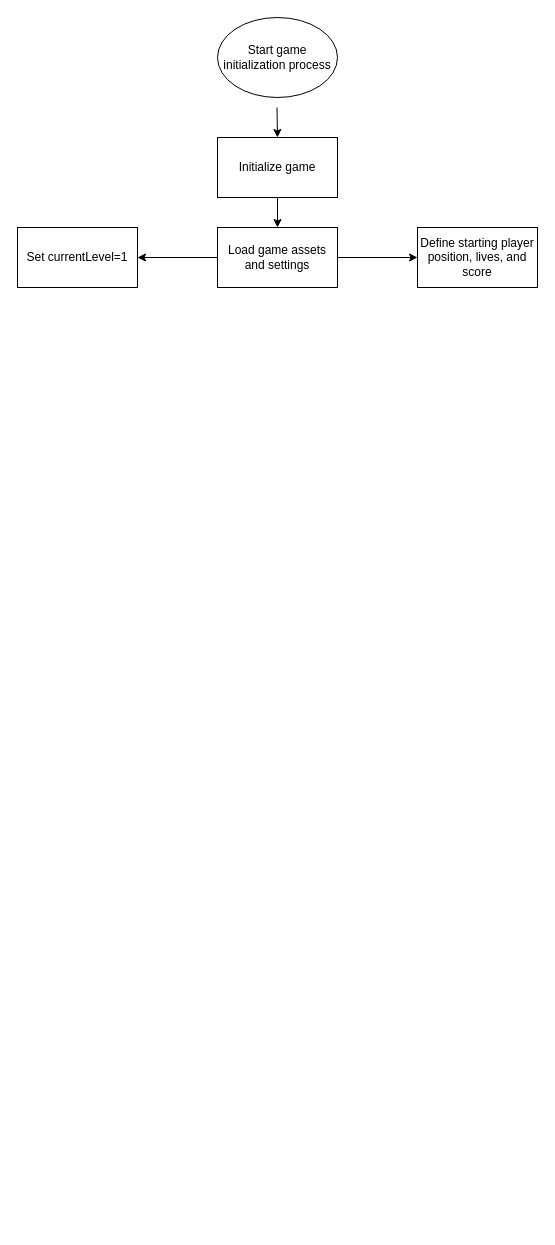
The draw.io diagram Untitled Diagram.drawio in lackitu/frog-of-war, before the edit. Source tidied: cells renumbered, new cells numbered last; positions are measured from the earlier drawing's top-left corner, leaving out a move shared by most shapes. Both pictures are drawn from the tidied source at 100%, with x=0, y=0 at pixel (17, 17).
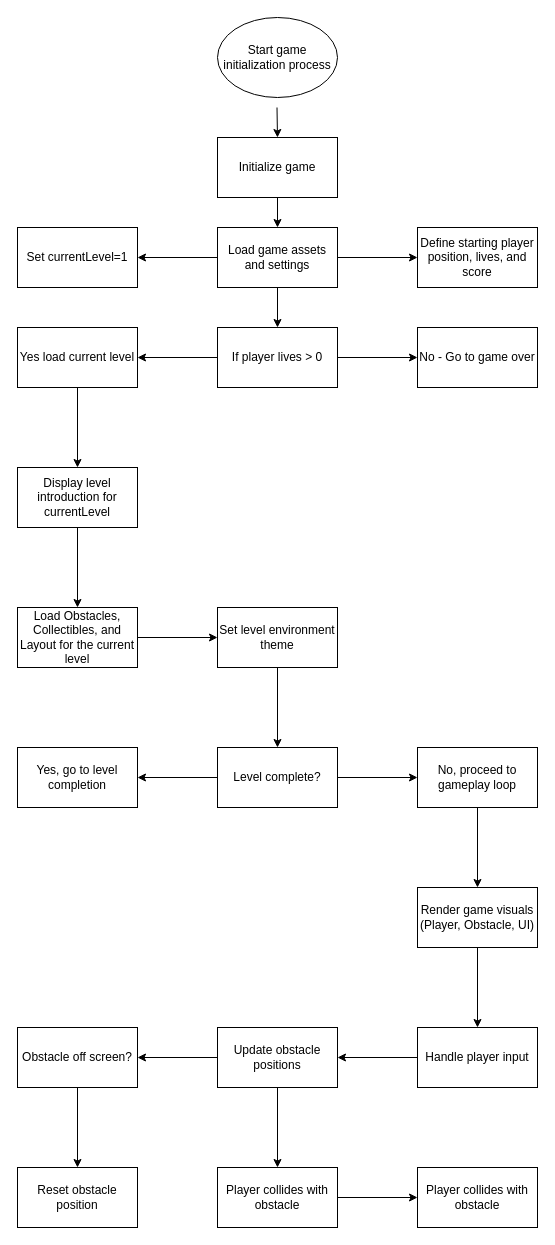
The same page after the edit.

The change refers to these unchanged cells:
```xml
<mxCell id="8" value="Load game assets and settings" style="rounded=0;whiteSpace=wrap;html=1;" parent="1" vertex="1">
  <mxGeometry x="200" y="210" width="120" height="60" as="geometry" />
</mxCell>
```

Diff of the diagram source:
```diff
@@
+    <mxCell id="11" style="edgeStyle=orthogonalEdgeStyle;rounded=0;jettySize=auto;html=1;" parent="1" edge="1" source="8" target="14">
+      <mxGeometry relative="1" as="geometry">
+        <Array as="points">
+          <mxPoint x="260" y="270" />
+          <mxPoint x="260" y="270" />
+        </Array>
+      </mxGeometry>
+    </mxCell>
@@
+    <mxCell id="12" style="edgeStyle=orthogonalEdgeStyle;rounded=0;jettySize=auto;html=1;" parent="1" edge="1" source="14" target="15">
+      <mxGeometry relative="1" as="geometry" />
+    </mxCell>
+    <mxCell id="13" style="edgeStyle=orthogonalEdgeStyle;rounded=0;jettySize=auto;html=1;" parent="1" edge="1" source="14" target="17">
+      <mxGeometry relative="1" as="geometry" />
+    </mxCell>
+    <mxCell id="14" value="If player lives &amp;gt; 0" style="rounded=0;whiteSpace=wrap;html=1;" parent="1" vertex="1">
+      <mxGeometry x="200" y="310" width="120" height="60" as="geometry" />
+    </mxCell>
+    <mxCell id="15" value="No - Go to game over " style="rounded=0;whiteSpace=wrap;html=1;" parent="1" vertex="1">
+      <mxGeometry x="400" y="310" width="120" height="60" as="geometry" />
+    </mxCell>
+    <mxCell id="16" style="edgeStyle=orthogonalEdgeStyle;rounded=0;jettySize=auto;html=1;" parent="1" edge="1" source="17" target="19">
+      <mxGeometry relative="1" as="geometry" />
+    </mxCell>
+    <mxCell id="17" value="Yes load current level" style="rounded=0;whiteSpace=wrap;html=1;" parent="1" vertex="1">
+      <mxGeometry y="310" width="120" height="60" as="geometry" />
+    </mxCell>
+    <mxCell id="18" style="edgeStyle=orthogonalEdgeStyle;rounded=0;jettySize=auto;html=1;" parent="1" edge="1" source="19" target="21">
+      <mxGeometry relative="1" as="geometry" />
+    </mxCell>
+    <mxCell id="19" value="Display level introduction for currentLevel" style="rounded=0;whiteSpace=wrap;html=1;" parent="1" vertex="1">
+      <mxGeometry y="450" width="120" height="60" as="geometry" />
+    </mxCell>
+    <mxCell id="20" style="edgeStyle=orthogonalEdgeStyle;rounded=0;jettySize=auto;html=1;" parent="1" edge="1" source="21" target="23">
+      <mxGeometry relative="1" as="geometry" />
+    </mxCell>
+    <mxCell id="21" value="Load Obstacles, Collectibles, and Layout for the current level" style="rounded=0;whiteSpace=wrap;html=1;" parent="1" vertex="1">
+      <mxGeometry y="590" width="120" height="60" as="geometry" />
+    </mxCell>
+    <mxCell id="22" style="edgeStyle=orthogonalEdgeStyle;rounded=0;jettySize=auto;html=1;" parent="1" edge="1" source="23" target="26">
+      <mxGeometry relative="1" as="geometry" />
+    </mxCell>
+    <mxCell id="23" value="Set level environment theme" style="rounded=0;whiteSpace=wrap;html=1;" parent="1" vertex="1">
+      <mxGeometry x="200" y="590" width="120" height="60" as="geometry" />
+    </mxCell>
+    <mxCell id="24" style="edgeStyle=orthogonalEdgeStyle;rounded=0;jettySize=auto;html=1;" parent="1" edge="1" source="26" target="28">
+      <mxGeometry relative="1" as="geometry" />
+    </mxCell>
+    <mxCell id="25" style="edgeStyle=orthogonalEdgeStyle;rounded=0;jettySize=auto;html=1;" parent="1" edge="1" source="26" target="29">
+      <mxGeometry relative="1" as="geometry" />
+    </mxCell>
+    <mxCell id="26" value="Level complete?" style="rounded=0;whiteSpace=wrap;html=1;" parent="1" vertex="1">
+      <mxGeometry x="200" y="730" width="120" height="60" as="geometry" />
+    </mxCell>
+    <mxCell id="27" style="edgeStyle=orthogonalEdgeStyle;rounded=0;jettySize=auto;html=1;" parent="1" edge="1" source="28" target="31">
+      <mxGeometry relative="1" as="geometry" />
+    </mxCell>
+    <mxCell id="28" value="No, proceed to gameplay loop" style="rounded=0;whiteSpace=wrap;html=1;" parent="1" vertex="1">
+      <mxGeometry x="400" y="730" width="120" height="60" as="geometry" />
+    </mxCell>
+    <mxCell id="29" value="Yes, go to level completion" style="rounded=0;whiteSpace=wrap;html=1;" parent="1" vertex="1">
+      <mxGeometry y="730" width="120" height="60" as="geometry" />
+    </mxCell>
+    <mxCell id="30" style="edgeStyle=orthogonalEdgeStyle;rounded=0;jettySize=auto;html=1;" parent="1" edge="1" source="31" target="33">
+      <mxGeometry relative="1" as="geometry" />
+    </mxCell>
+    <mxCell id="31" value="Render game visuals (Player, Obstacle, UI)" style="rounded=0;whiteSpace=wrap;html=1;" parent="1" vertex="1">
+      <mxGeometry x="400" y="870" width="120" height="60" as="geometry" />
+    </mxCell>
+    <mxCell id="32" style="edgeStyle=orthogonalEdgeStyle;rounded=0;jettySize=auto;html=1;" parent="1" edge="1" source="33" target="36">
+      <mxGeometry relative="1" as="geometry" />
+    </mxCell>
+    <mxCell id="33" value="Handle player input" style="rounded=0;whiteSpace=wrap;html=1;" parent="1" vertex="1">
+      <mxGeometry x="400" y="1010" width="120" height="60" as="geometry" />
+    </mxCell>
+    <mxCell id="34" style="edgeStyle=orthogonalEdgeStyle;rounded=0;jettySize=auto;html=1;" parent="1" edge="1" source="36" target="38">
+      <mxGeometry relative="1" as="geometry" />
+    </mxCell>
+    <mxCell id="35" style="edgeStyle=orthogonalEdgeStyle;rounded=0;jettySize=auto;html=1;" parent="1" edge="1" source="36" target="41">
+      <mxGeometry relative="1" as="geometry" />
+    </mxCell>
+    <mxCell id="36" value="Update obstacle positions" style="rounded=0;whiteSpace=wrap;html=1;" parent="1" vertex="1">
+      <mxGeometry x="200" y="1010" width="120" height="60" as="geometry" />
+    </mxCell>
+    <mxCell id="37" style="edgeStyle=orthogonalEdgeStyle;rounded=0;jettySize=auto;html=1;" parent="1" edge="1" source="38" target="39">
+      <mxGeometry relative="1" as="geometry" />
+    </mxCell>
+    <mxCell id="38" value="Obstacle off screen?" style="rounded=0;whiteSpace=wrap;html=1;" parent="1" vertex="1">
+      <mxGeometry y="1010" width="120" height="60" as="geometry" />
+    </mxCell>
+    <mxCell id="39" value="Reset obstacle position" style="rounded=0;whiteSpace=wrap;html=1;" parent="1" vertex="1">
+      <mxGeometry y="1150" width="120" height="60" as="geometry" />
+    </mxCell>
+    <mxCell id="40" style="edgeStyle=orthogonalEdgeStyle;rounded=0;jettySize=auto;html=1;" parent="1" edge="1" source="41" target="42">
+      <mxGeometry relative="1" as="geometry" />
+    </mxCell>
+    <mxCell id="41" value="Player collides with obstacle" style="rounded=0;whiteSpace=wrap;html=1;" parent="1" vertex="1">
+      <mxGeometry x="200" y="1150" width="120" height="60" as="geometry" />
+    </mxCell>
+    <mxCell id="42" value="Player collides with obstacle" style="rounded=0;whiteSpace=wrap;html=1;" parent="1" vertex="1">
+      <mxGeometry x="400" y="1150" width="120" height="60" as="geometry" />
+    </mxCell>
```
